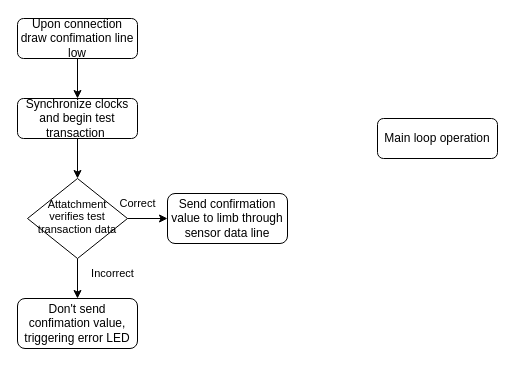
Before: test.dio in Kyle-912/HDL, a draw.io diagram. Source tidied: cells renumbered, new cells numbered last; positions are measured from the earlier drawing's top-left corner, leaving out a move shared by most shapes. Both pictures are drawn from the tidied source at 100%, with x=0, y=0 at pixel (17, 18).
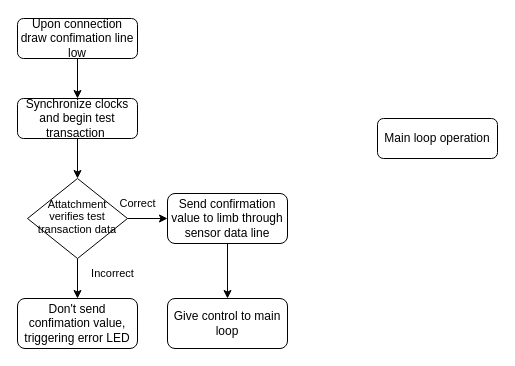
Above is the later version.

Change to the diagram source:
```diff
@@
 <mxGraphModel>
   <root>
     <mxCell id="0" />
     <mxCell id="1" parent="0" />
     <mxCell id="2" value="Main loop operation" style="rounded=1;whiteSpace=wrap;html=1;fontSize=12;glass=0;strokeWidth=1;shadow=0;" parent="1" vertex="1">
       <mxGeometry x="360" y="100" width="120" height="40" as="geometry" />
     </mxCell>
     <mxCell id="3" style="edgeStyle=none;html=1;exitX=0.5;exitY=1;exitDx=0;exitDy=0;entryX=0.5;entryY=0;entryDx=0;entryDy=0;fontSize=11;" parent="1" edge="1" source="4" target="6">
       <mxGeometry relative="1" as="geometry" />
     </mxCell>
     <mxCell id="4" value="Upon connection draw confimation line low" style="rounded=1;whiteSpace=wrap;html=1;fontSize=12;glass=0;strokeWidth=1;shadow=0;" parent="1" vertex="1">
       <mxGeometry width="120" height="40" as="geometry" />
     </mxCell>
     <mxCell id="5" style="edgeStyle=none;html=1;exitX=0.5;exitY=1;exitDx=0;exitDy=0;entryX=0.5;entryY=0;entryDx=0;entryDy=0;fontSize=11;" parent="1" edge="1" source="6" target="9">
       <mxGeometry relative="1" as="geometry" />
     </mxCell>
     <mxCell id="6" value="Synchronize clocks and begin test transaction&amp;nbsp;" style="rounded=1;whiteSpace=wrap;html=1;fontSize=12;glass=0;strokeWidth=1;shadow=0;" parent="1" vertex="1">
       <mxGeometry y="80" width="120" height="40" as="geometry" />
     </mxCell>
     <mxCell id="7" style="edgeStyle=none;html=1;exitX=1;exitY=0.5;exitDx=0;exitDy=0;entryX=0;entryY=0.5;entryDx=0;entryDy=0;fontSize=11;" parent="1" edge="1" source="9" target="11">
       <mxGeometry relative="1" as="geometry" />
     </mxCell>
     <mxCell id="8" style="edgeStyle=none;html=1;exitX=0.5;exitY=1;exitDx=0;exitDy=0;entryX=0.5;entryY=0;entryDx=0;entryDy=0;fontSize=11;" parent="1" edge="1" source="9" target="10">
       <mxGeometry relative="1" as="geometry" />
     </mxCell>
     <mxCell id="9" value="&lt;p style=&quot;line-height: 110%; font-size: 11px;&quot;&gt;&lt;font style=&quot;font-size: 11px;&quot;&gt;Attatchment verifies test transaction&amp;nbsp;&lt;/font&gt;&lt;span style=&quot;background-color: initial;&quot;&gt;data&lt;/span&gt;&lt;/p&gt;" style="rhombus;whiteSpace=wrap;html=1;shadow=0;fontFamily=Helvetica;fontSize=12;align=center;strokeWidth=1;spacing=6;spacingTop=-4;" parent="1" vertex="1">
       <mxGeometry x="10" y="160" width="100" height="80" as="geometry" />
     </mxCell>
     <mxCell id="10" value="Don't send confimation value, triggering error LED" style="rounded=1;whiteSpace=wrap;html=1;fontSize=12;glass=0;strokeWidth=1;shadow=0;" parent="1" vertex="1">
       <mxGeometry y="280" width="120" height="50" as="geometry" />
     </mxCell>
+    <mxCell id="14" style="edgeStyle=none;html=1;exitX=0.5;exitY=1;exitDx=0;exitDy=0;entryX=0.5;entryY=0;entryDx=0;entryDy=0;fontSize=11;" parent="1" edge="1" source="11" target="15">
+      <mxGeometry relative="1" as="geometry" />
+    </mxCell>
     <mxCell id="11" value="Send confirmation value to limb through sensor data line" style="rounded=1;whiteSpace=wrap;html=1;fontSize=12;glass=0;strokeWidth=1;shadow=0;" parent="1" vertex="1">
       <mxGeometry x="150" y="175" width="120" height="50" as="geometry" />
     </mxCell>
     <mxCell id="12" value="Correct" style="text;html=1;align=center;verticalAlign=middle;strokeColor=none;fillColor=none;fontSize=11;" parent="1" vertex="1">
       <mxGeometry x="90" y="170" width="60" height="30" as="geometry" />
     </mxCell>
     <mxCell id="13" value="Incorrect" style="text;html=1;align=center;verticalAlign=middle;strokeColor=none;fillColor=none;fontSize=11;" parent="1" vertex="1">
       <mxGeometry x="60" y="240" width="70" height="30" as="geometry" />
     </mxCell>
+    <mxCell id="15" value="Give control to main loop" style="rounded=1;whiteSpace=wrap;html=1;fontSize=12;glass=0;strokeWidth=1;shadow=0;" parent="1" vertex="1">
+      <mxGeometry x="150" y="280" width="120" height="50" as="geometry" />
+    </mxCell>
   </root>
 </mxGraphModel>
```
